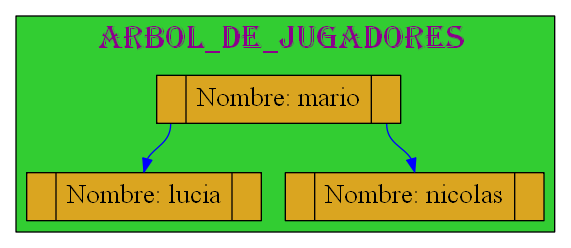
mariotun/EDD_1S2020_PY1_201602942 keeps this Graphviz diagram as Graficas/Arbol_Jugadores.dot.png. Above is the earlier version. Its source is kept beside it as Graficas/Arbol_Jugadores.dot.
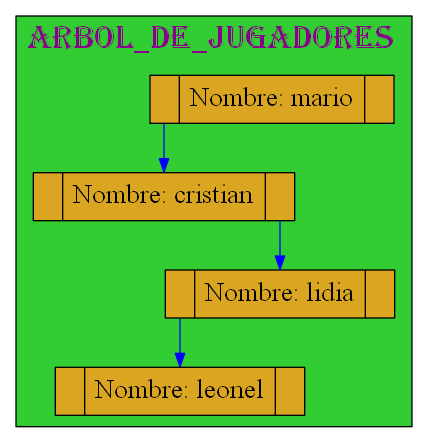
The same diagram one commit later.

What changed in the source:
```diff
@@ -11,12 +11,17 @@
 node[shape=record,height=0.5 style=filled fontcolor=black fillcolor=goldenrod fontsize=20 ];
 
 
-25770476720[label="<f0> |<f1>Nombre: mario |<f2> " ];
-25770490768[label="<f0> |<f1>Nombre: nicolas |<f2>" ]
-25770489296[label="<f0> |<f1>Nombre: lucia |<f2>" ]
+25770483936[label="<f0> |<f1>Nombre: mario |<f2> " ];
+25770484496[label="<f0> |<f1>Nombre: cristian |<f2>" ]
+25770483152[label="<f0> |<f1>Nombre: lidia |<f2>" ]
+25770483152[label="<f0> |<f1>Nombre: lidia |<f2>" ]
+25770489376[label="<f0> |<f1>Nombre: leonel |<f2>" ]
+25770489376[label="<f0> |<f1>Nombre: leonel |<f2>" ]
+25770489376[label="<f0> |<f1>Nombre: leonel |<f2>" ]
 
-25770476720:f2->25770490768:f1 [color=blue ]
-25770476720:f0->25770489296:f1 [color=blue]
+25770483936:f0->25770484496:f1 [color=blue]
+25770484496:f2->25770483152:f1 [color=blue ]
+25770483152:f0->25770489376:f1 [color=blue]
 
  }
 
```
